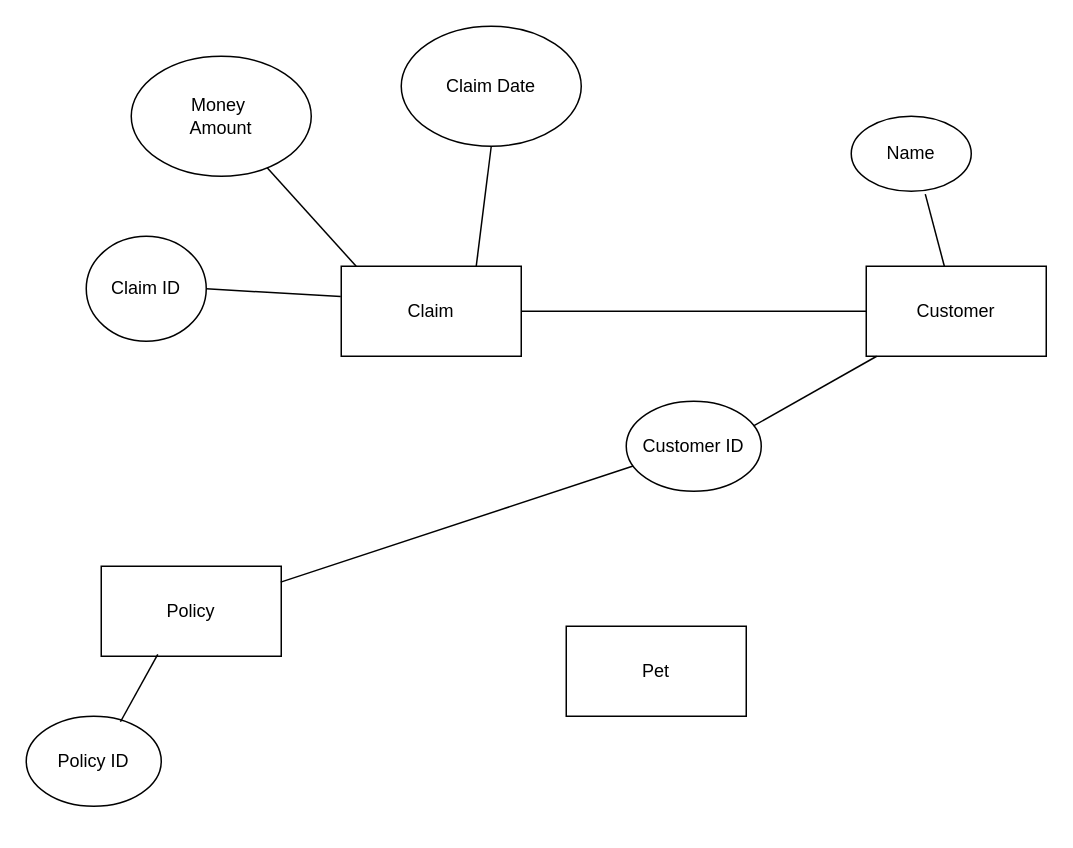
Above: Pettify_Data.drawio in Eniseus/pettify_insurance (draw.io), before the change. Source tidied: cells renumbered, new cells numbered last; positions are measured from the earlier drawing's top-left corner, leaving out a move shared by most shapes. Both pictures are drawn from the tidied source at 150%, with x=0, y=0 at pixel (26, 26).
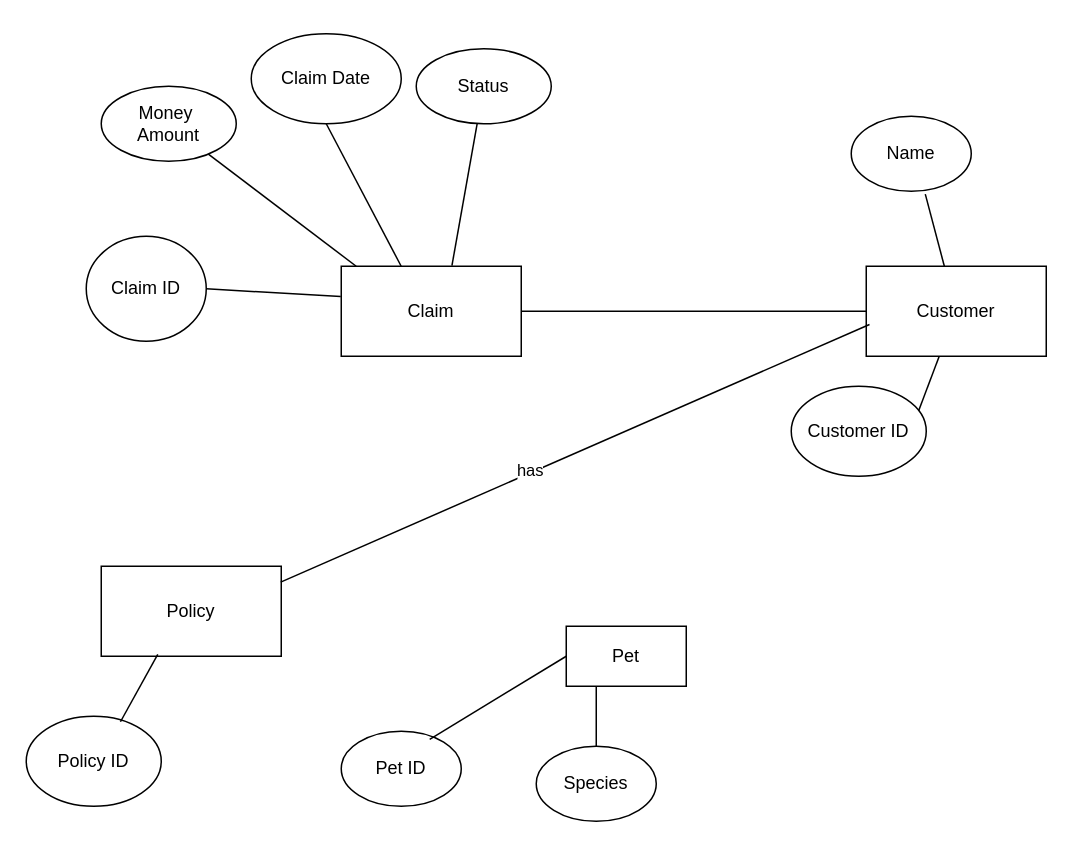
The same page after the edit.

Unchanged cells that the change refers to:
```xml
<mxCell id="2" value="Claim" style="rounded=0;whiteSpace=wrap;html=1;" parent="1" vertex="1">
  <mxGeometry x="210" y="160" width="120" height="60" as="geometry" />
</mxCell>
<mxCell id="3" value="Customer" style="rounded=0;whiteSpace=wrap;html=1;" parent="1" vertex="1">
  <mxGeometry x="560" y="160" width="120" height="60" as="geometry" />
</mxCell>
<mxCell id="12" value="Policy" style="rounded=0;whiteSpace=wrap;html=1;" parent="1" vertex="1">
  <mxGeometry x="50" y="360" width="120" height="60" as="geometry" />
</mxCell>
```

Change to the diagram source:
```diff
@@
     <mxCell id="4" value="Money&amp;nbsp;&lt;div&gt;Amount&lt;/div&gt;" style="ellipse;whiteSpace=wrap;html=1;" parent="1" vertex="1">
-      <mxGeometry x="70" y="20" width="120" height="80" as="geometry" />
+      <mxGeometry x="50" y="40" width="90" height="50" as="geometry" />
     </mxCell>
     <mxCell id="5" value="Claim Date" style="ellipse;whiteSpace=wrap;html=1;" parent="1" vertex="1">
-      <mxGeometry x="250" width="120" height="80" as="geometry" />
+      <mxGeometry x="150" y="5" width="100" height="60" as="geometry" />
     </mxCell>
@@
     <mxCell id="7" value="Pet" style="rounded=0;whiteSpace=wrap;html=1;" parent="1" vertex="1">
-      <mxGeometry x="360" y="400" width="120" height="60" as="geometry" />
+      <mxGeometry x="360" y="400" width="80" height="40" as="geometry" />
     </mxCell>
@@
-    <mxCell id="9" style="endArrow=none;html=1;rounded=0;exitX=0.75;exitY=0;exitDx=0;exitDy=0;entryX=0.5;entryY=1;entryDx=0;entryDy=0;" parent="1" edge="1" source="2" target="5">
+    <mxCell id="9" style="endArrow=none;html=1;rounded=0;exitX=0.333;exitY=0;exitDx=0;exitDy=0;entryX=0.5;entryY=1;entryDx=0;entryDy=0;exitPerimeter=0;" parent="1" edge="1" source="2" target="5">
       <mxGeometry relative="1" as="geometry" />
     </mxCell>
@@
     <mxCell id="15" value="Customer ID" style="ellipse;whiteSpace=wrap;html=1;" parent="1" vertex="1">
-      <mxGeometry x="400" y="250" width="90" height="60" as="geometry" />
+      <mxGeometry x="510" y="240" width="90" height="60" as="geometry" />
     </mxCell>
-    <mxCell id="16" style="endArrow=none;html=1;rounded=0;entryX=0.997;entryY=0.176;entryDx=0;entryDy=0;entryPerimeter=0;" parent="1" edge="1" source="15" target="12">
+    <mxCell id="16" style="endArrow=none;html=1;rounded=0;entryX=0.997;entryY=0.176;entryDx=0;entryDy=0;entryPerimeter=0;exitX=0.018;exitY=0.647;exitDx=0;exitDy=0;exitPerimeter=0;" parent="1" edge="1" source="3" target="12">
       <mxGeometry relative="1" as="geometry" />
     </mxCell>
+    <mxCell id="20" value="has" style="edgeLabel;html=1;align=center;verticalAlign=middle;" parent="16" vertex="1">
+      <mxGeometry x="0.15" y="-2" relative="1" as="geometry" />
+    </mxCell>
@@
+    <mxCell id="21" value="Pet ID" style="ellipse;whiteSpace=wrap;html=1;" parent="1" vertex="1">
+      <mxGeometry x="210" y="470" width="80" height="50" as="geometry" />
+    </mxCell>
+    <mxCell id="22" style="endArrow=none;html=1;rounded=0;exitX=0.737;exitY=0.108;exitDx=0;exitDy=0;exitPerimeter=0;entryX=0;entryY=0.5;entryDx=0;entryDy=0;" parent="1" edge="1" source="21" target="7">
+      <mxGeometry relative="1" as="geometry" />
+    </mxCell>
+    <mxCell id="23" value="Species" style="ellipse;whiteSpace=wrap;html=1;" parent="1" vertex="1">
+      <mxGeometry x="340" y="480" width="80" height="50" as="geometry" />
+    </mxCell>
+    <mxCell id="24" style="endArrow=none;html=1;rounded=0;exitX=0.5;exitY=0;exitDx=0;exitDy=0;entryX=0.25;entryY=1;entryDx=0;entryDy=0;" parent="1" edge="1" source="23" target="7">
+      <mxGeometry relative="1" as="geometry" />
+    </mxCell>
+    <mxCell id="25" value="Status" style="ellipse;whiteSpace=wrap;html=1;" parent="1" vertex="1">
+      <mxGeometry x="260" y="15" width="90" height="50" as="geometry" />
+    </mxCell>
+    <mxCell id="26" style="endArrow=none;html=1;rounded=0;exitX=0.615;exitY=-0.008;exitDx=0;exitDy=0;exitPerimeter=0;" parent="1" edge="1" source="2" target="25">
+      <mxGeometry relative="1" as="geometry" />
+    </mxCell>
```
